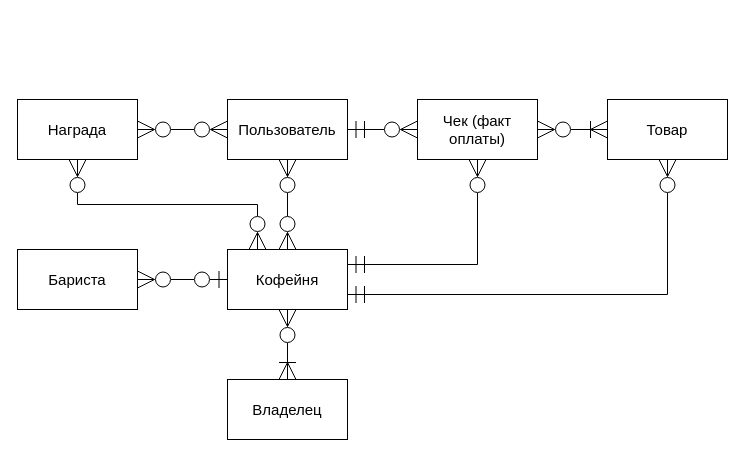
This is draw.io/concept.drawio from vvvkkkggg/chashka-db, a draw.io file, before an edit. Source tidied: cells renumbered, new cells numbered last; positions are measured from the earlier drawing's top-left corner, leaving out a move shared by most shapes. Both pictures are drawn from the tidied source at 100%, with x=0, y=0 at pixel (17, 99).
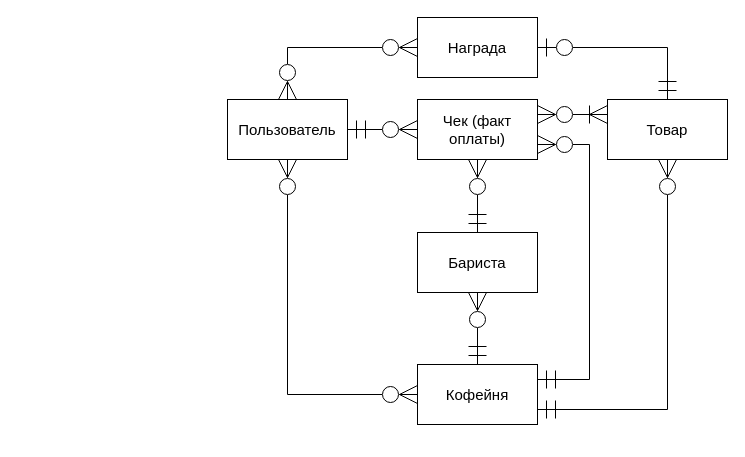
The same diagram, later.

Change to the diagram source:
```diff
@@
 <mxGraphModel>
   <root>
     <mxCell id="0" />
     <mxCell id="1" parent="0" />
-    <mxCell id="2" style="edgeStyle=orthogonalEdgeStyle;rounded=0;jettySize=auto;html=1;entryX=0;entryY=0.5;entryDx=0;entryDy=0;endArrow=ERzeroToMany;endFill=0;startArrow=ERmandOne;startFill=0;fontSize=15;endSize=15;startSize=15;" parent="1" edge="1" source="3" target="9">
+    <mxCell id="2" style="edgeStyle=orthogonalEdgeStyle;rounded=0;jettySize=auto;html=1;entryX=0;entryY=0.5;entryDx=0;entryDy=0;endArrow=ERzeroToMany;endFill=0;startArrow=ERmandOne;startFill=0;fontSize=15;endSize=16;startSize=16;labelBackgroundColor=none;fontColor=default;" parent="1" edge="1" source="3" target="9">
       <mxGeometry relative="1" as="geometry" />
     </mxCell>
-    <mxCell id="3" value="Пользователь" style="rounded=0;whiteSpace=wrap;html=1;fontSize=15;" parent="1" vertex="1">
+    <mxCell id="3" value="Пользователь" style="rounded=0;whiteSpace=wrap;html=1;fontSize=15;labelBackgroundColor=none;" parent="1" vertex="1">
       <mxGeometry x="210" width="120" height="60" as="geometry" />
     </mxCell>
+    <mxCell id="5" style="edgeStyle=orthogonalEdgeStyle;rounded=0;jettySize=auto;html=1;exitX=1;exitY=0.75;exitDx=0;exitDy=0;entryX=0.5;entryY=1;entryDx=0;entryDy=0;endArrow=ERzeroToMany;endFill=0;startArrow=ERmandOne;startFill=0;fontSize=15;endSize=16;startSize=16;labelBackgroundColor=none;fontColor=default;" parent="1" edge="1" source="6" target="17">
+      <mxGeometry relative="1" as="geometry" />
+    </mxCell>
-    <mxCell id="4" style="edgeStyle=orthogonalEdgeStyle;rounded=0;jettySize=auto;html=1;entryX=0.5;entryY=1;entryDx=0;entryDy=0;endArrow=ERzeroToMany;endFill=0;startArrow=ERzeroToMany;startFill=0;fontSize=15;endSize=15;startSize=15;" parent="1" edge="1" source="6" target="3">
+    <mxCell id="4" style="edgeStyle=orthogonalEdgeStyle;rounded=0;jettySize=auto;html=1;exitX=0;exitY=0.5;exitDx=0;exitDy=0;entryX=0.5;entryY=1;entryDx=0;entryDy=0;startArrow=ERzeroToMany;startFill=0;endArrow=ERzeroToMany;endFill=0;endSize=16;startSize=16;labelBackgroundColor=none;fontColor=default;" parent="1" edge="1" source="6" target="3">
       <mxGeometry relative="1" as="geometry" />
     </mxCell>
-    <mxCell id="5" style="edgeStyle=orthogonalEdgeStyle;rounded=0;jettySize=auto;html=1;exitX=1;exitY=0.75;exitDx=0;exitDy=0;entryX=0.5;entryY=1;entryDx=0;entryDy=0;endArrow=ERzeroToMany;endFill=0;startArrow=ERmandOne;startFill=0;fontSize=15;endSize=15;startSize=15;" parent="1" edge="1" source="6" target="17">
-      <mxGeometry relative="1" as="geometry" />
-    </mxCell>
+    <mxCell id="18" style="edgeStyle=orthogonalEdgeStyle;rounded=0;jettySize=auto;html=1;exitX=1;exitY=0.25;exitDx=0;exitDy=0;entryX=1;entryY=0.75;entryDx=0;entryDy=0;startArrow=ERmandOne;startFill=0;endArrow=ERzeroToMany;endFill=0;endSize=16;startSize=16;labelBackgroundColor=none;fontColor=default;" parent="1" edge="1" source="6" target="9">
+      <mxGeometry relative="1" as="geometry">
+        <Array as="points">
+          <mxPoint x="572" y="280" />
+          <mxPoint x="572" y="45" />
+        </Array>
+      </mxGeometry>
+    </mxCell>
-    <mxCell id="6" value="Кофейня" style="rounded=0;whiteSpace=wrap;html=1;fontSize=15;" parent="1" vertex="1">
-      <mxGeometry x="210" y="150" width="120" height="60" as="geometry" />
+    <mxCell id="6" value="Кофейня" style="rounded=0;whiteSpace=wrap;html=1;fontSize=15;labelBackgroundColor=none;" parent="1" vertex="1">
+      <mxGeometry x="400" y="265" width="120" height="60" as="geometry" />
     </mxCell>
-    <mxCell id="7" style="edgeStyle=orthogonalEdgeStyle;rounded=0;jettySize=auto;html=1;entryX=0;entryY=0.5;entryDx=0;entryDy=0;endArrow=ERoneToMany;endFill=0;startArrow=ERzeroToMany;startFill=0;fontSize=15;endSize=15;startSize=15;" parent="1" edge="1" source="9" target="17">
+    <mxCell id="7" style="edgeStyle=orthogonalEdgeStyle;rounded=0;jettySize=auto;html=1;entryX=0;entryY=0.25;entryDx=0;entryDy=0;endArrow=ERoneToMany;endFill=0;startArrow=ERzeroToMany;startFill=0;fontSize=15;endSize=16;startSize=16;exitX=1;exitY=0.25;exitDx=0;exitDy=0;labelBackgroundColor=none;fontColor=default;" parent="1" edge="1" source="9" target="17">
       <mxGeometry relative="1" as="geometry" />
     </mxCell>
-    <mxCell id="8" style="edgeStyle=orthogonalEdgeStyle;rounded=0;jettySize=auto;html=1;exitX=0.5;exitY=1;exitDx=0;exitDy=0;entryX=1;entryY=0.25;entryDx=0;entryDy=0;endArrow=ERmandOne;endFill=0;startArrow=ERzeroToMany;startFill=0;fontSize=15;endSize=15;startSize=15;" parent="1" edge="1" source="9" target="6">
-      <mxGeometry relative="1" as="geometry" />
-    </mxCell>
-    <mxCell id="9" value="Чек (факт оплаты)" style="rounded=0;whiteSpace=wrap;html=1;fontSize=15;" parent="1" vertex="1">
+    <mxCell id="9" value="Чек (факт оплаты)" style="rounded=0;whiteSpace=wrap;html=1;fontSize=15;labelBackgroundColor=none;" parent="1" vertex="1">
       <mxGeometry x="400" width="120" height="60" as="geometry" />
     </mxCell>
+    <mxCell id="19" style="edgeStyle=orthogonalEdgeStyle;rounded=0;jettySize=auto;html=1;exitX=0.5;exitY=0;exitDx=0;exitDy=0;entryX=0.5;entryY=1;entryDx=0;entryDy=0;startArrow=ERmandOne;startFill=0;endArrow=ERzeroToMany;endFill=0;endSize=16;startSize=16;labelBackgroundColor=none;fontColor=default;" parent="1" edge="1" source="11" target="9">
+      <mxGeometry relative="1" as="geometry" />
+    </mxCell>
-    <mxCell id="10" style="edgeStyle=orthogonalEdgeStyle;rounded=0;jettySize=auto;html=1;entryX=0;entryY=0.5;entryDx=0;entryDy=0;endArrow=ERzeroToOne;endFill=0;startArrow=ERzeroToMany;startFill=0;fontSize=15;endSize=15;startSize=15;" parent="1" edge="1" source="11" target="6">
+    <mxCell id="10" style="edgeStyle=orthogonalEdgeStyle;rounded=0;jettySize=auto;html=1;exitX=0.5;exitY=1;exitDx=0;exitDy=0;entryX=0.5;entryY=0;entryDx=0;entryDy=0;endArrow=ERmandOne;endFill=0;startArrow=ERzeroToMany;startFill=0;endSize=16;startSize=16;labelBackgroundColor=none;fontColor=default;" parent="1" edge="1" source="11" target="6">
       <mxGeometry relative="1" as="geometry" />
     </mxCell>
-    <mxCell id="11" value="Бариста" style="rounded=0;whiteSpace=wrap;html=1;fontSize=15;" parent="1" vertex="1">
-      <mxGeometry y="150" width="120" height="60" as="geometry" />
+    <mxCell id="11" value="Бариста" style="rounded=0;whiteSpace=wrap;html=1;fontSize=15;labelBackgroundColor=none;" parent="1" vertex="1">
+      <mxGeometry x="400" y="133" width="120" height="60" as="geometry" />
     </mxCell>
-    <mxCell id="12" style="edgeStyle=orthogonalEdgeStyle;rounded=0;jettySize=auto;html=1;entryX=0.5;entryY=1;entryDx=0;entryDy=0;endArrow=ERzeroToMany;endFill=0;startArrow=ERoneToMany;startFill=0;fontSize=15;endSize=15;startSize=15;" parent="1" edge="1" source="13" target="6">
-      <mxGeometry relative="1" as="geometry" />
-    </mxCell>
-    <mxCell id="13" value="Владелец" style="rounded=0;whiteSpace=wrap;html=1;fontSize=15;" parent="1" vertex="1">
-      <mxGeometry x="210" y="280" width="120" height="60" as="geometry" />
-    </mxCell>
-    <mxCell id="14" style="edgeStyle=orthogonalEdgeStyle;rounded=0;jettySize=auto;html=1;entryX=0;entryY=0.5;entryDx=0;entryDy=0;startArrow=ERzeroToMany;startFill=0;endArrow=ERzeroToMany;endFill=0;fontSize=15;endSize=15;startSize=15;" parent="1" edge="1" source="16" target="3">
+    <mxCell id="14" style="edgeStyle=orthogonalEdgeStyle;rounded=0;jettySize=auto;html=1;entryX=0.5;entryY=0;entryDx=0;entryDy=0;startArrow=ERzeroToMany;startFill=0;endArrow=ERzeroToMany;endFill=0;fontSize=15;endSize=16;startSize=16;labelBackgroundColor=none;fontColor=default;" parent="1" edge="1" source="16" target="3">
       <mxGeometry relative="1" as="geometry" />
     </mxCell>
-    <mxCell id="15" style="edgeStyle=orthogonalEdgeStyle;rounded=0;jettySize=auto;html=1;exitX=0.5;exitY=1;exitDx=0;exitDy=0;entryX=0.25;entryY=0;entryDx=0;entryDy=0;startArrow=ERzeroToMany;startFill=0;endArrow=ERzeroToMany;endFill=0;fontSize=15;endSize=15;startSize=15;" parent="1" edge="1" source="16" target="6">
-      <mxGeometry relative="1" as="geometry" />
-    </mxCell>
-    <mxCell id="16" value="Награда" style="rounded=0;whiteSpace=wrap;html=1;fontSize=15;" parent="1" vertex="1">
-      <mxGeometry width="120" height="60" as="geometry" />
+    <mxCell id="16" value="Награда" style="rounded=0;whiteSpace=wrap;html=1;fontSize=15;labelBackgroundColor=none;" parent="1" vertex="1">
+      <mxGeometry x="400" y="-82" width="120" height="60" as="geometry" />
     </mxCell>
+    <mxCell id="20" style="edgeStyle=orthogonalEdgeStyle;rounded=0;jettySize=auto;html=1;exitX=0.5;exitY=0;exitDx=0;exitDy=0;entryX=1;entryY=0.5;entryDx=0;entryDy=0;endArrow=ERzeroToOne;endFill=0;startArrow=ERmandOne;startFill=0;endSize=16;startSize=16;labelBackgroundColor=none;fontColor=default;" parent="1" edge="1" source="17" target="16">
+      <mxGeometry relative="1" as="geometry" />
+    </mxCell>
-    <mxCell id="17" value="Товар" style="rounded=0;whiteSpace=wrap;html=1;fontSize=15;" parent="1" vertex="1">
+    <mxCell id="17" value="Товар" style="rounded=0;whiteSpace=wrap;html=1;fontSize=15;labelBackgroundColor=none;" parent="1" vertex="1">
       <mxGeometry x="590" width="120" height="60" as="geometry" />
     </mxCell>
   </root>
 </mxGraphModel>
```
